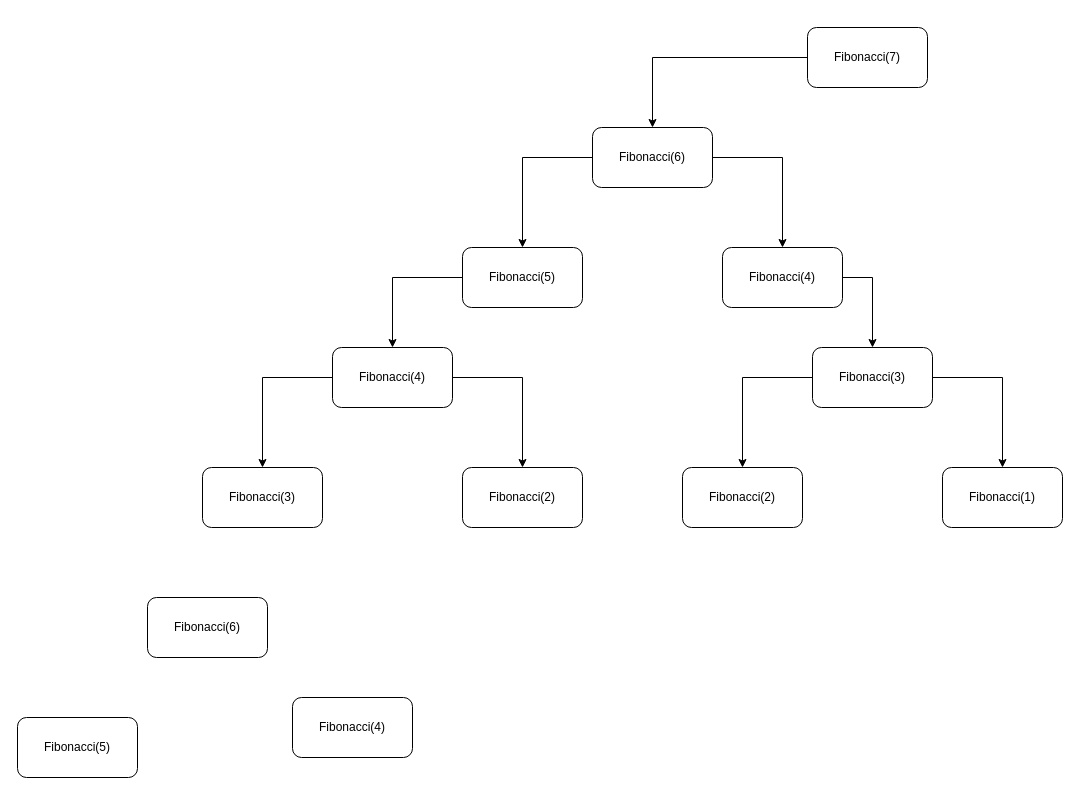
The draw.io diagram recursion-fib.drawio in twitocode/Draw.io-Diagrams, before the edit. Source tidied: cells renumbered, new cells numbered last; positions are measured from the earlier drawing's top-left corner, leaving out a move shared by most shapes. Both pictures are drawn from the tidied source at 100%, with x=0, y=0 at pixel (17, 27).
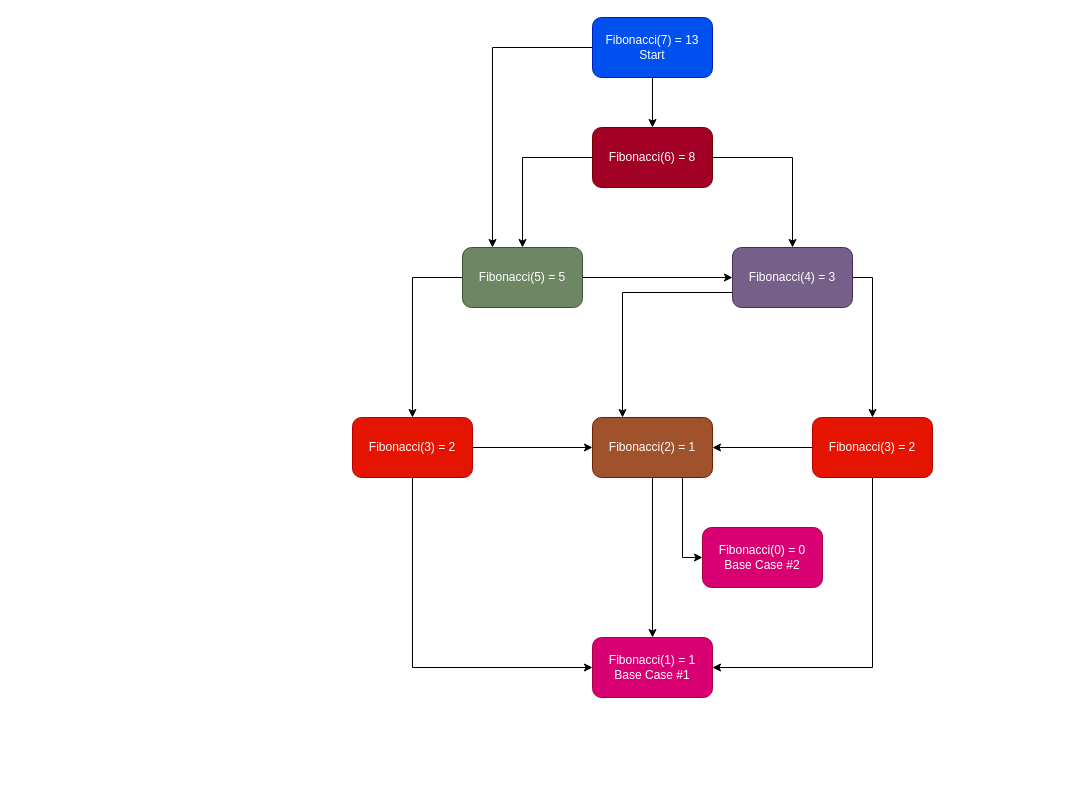
The same diagram, later.

Diff of the diagram source:
```diff
@@
+    <mxCell id="24" style="edgeStyle=orthogonalEdgeStyle;rounded=0;jettySize=auto;html=1;entryX=0.25;entryY=0;entryDx=0;entryDy=0;" parent="1" edge="1" source="3" target="8">
+      <mxGeometry relative="1" as="geometry" />
+    </mxCell>
-    <mxCell id="2" style="edgeStyle=orthogonalEdgeStyle;rounded=0;jettySize=auto;html=1;exitX=0;exitY=0.5;exitDx=0;exitDy=0;" parent="1" edge="1" source="3" target="6">
+    <mxCell id="2" style="edgeStyle=orthogonalEdgeStyle;rounded=0;jettySize=auto;html=1;" parent="1" edge="1" source="3" target="6">
       <mxGeometry relative="1" as="geometry" />
     </mxCell>
-    <mxCell id="3" value="Fibonacci(7)" style="rounded=1;whiteSpace=wrap;html=1;" parent="1" vertex="1">
-      <mxGeometry x="790" width="120" height="60" as="geometry" />
+    <mxCell id="3" value="Fibonacci(7) = 13&lt;div&gt;Start&lt;/div&gt;" style="rounded=1;whiteSpace=wrap;html=1;fillColor=#0050ef;fontColor=#ffffff;strokeColor=#001DBC;" parent="1" vertex="1">
+      <mxGeometry x="575" y="-10" width="120" height="60" as="geometry" />
     </mxCell>
@@
-    <mxCell id="6" value="Fibonacci(6)" style="rounded=1;whiteSpace=wrap;html=1;" parent="1" vertex="1">
+    <mxCell id="6" value="Fibonacci(6) = 8" style="rounded=1;whiteSpace=wrap;html=1;fillColor=#a20025;fontColor=#ffffff;strokeColor=#6F0000;" parent="1" vertex="1">
       <mxGeometry x="575" y="100" width="120" height="60" as="geometry" />
     </mxCell>
-    <mxCell id="7" style="edgeStyle=orthogonalEdgeStyle;rounded=0;jettySize=auto;html=1;entryX=0.5;entryY=0;entryDx=0;entryDy=0;" parent="1" edge="1" source="8" target="13">
+    <mxCell id="7" style="edgeStyle=orthogonalEdgeStyle;rounded=0;jettySize=auto;html=1;entryX=0.5;entryY=0;entryDx=0;entryDy=0;exitX=0;exitY=0.5;exitDx=0;exitDy=0;" parent="1" edge="1" source="8" target="13">
       <mxGeometry relative="1" as="geometry" />
     </mxCell>
+    <mxCell id="25" style="edgeStyle=orthogonalEdgeStyle;rounded=0;jettySize=auto;html=1;entryX=0;entryY=0.5;entryDx=0;entryDy=0;" parent="1" edge="1" source="8" target="10">
+      <mxGeometry relative="1" as="geometry" />
+    </mxCell>
-    <mxCell id="8" value="Fibonacci(5)" style="rounded=1;whiteSpace=wrap;html=1;" parent="1" vertex="1">
+    <mxCell id="8" value="Fibonacci(5) = 5" style="rounded=1;whiteSpace=wrap;html=1;fillColor=#6d8764;fontColor=#ffffff;strokeColor=#3A5431;" parent="1" vertex="1">
       <mxGeometry x="445" y="220" width="120" height="60" as="geometry" />
     </mxCell>
@@
+    <mxCell id="26" style="edgeStyle=orthogonalEdgeStyle;rounded=0;jettySize=auto;html=1;exitX=0;exitY=0.75;exitDx=0;exitDy=0;entryX=0.25;entryY=0;entryDx=0;entryDy=0;" parent="1" edge="1" source="10" target="19">
+      <mxGeometry relative="1" as="geometry" />
+    </mxCell>
-    <mxCell id="10" value="Fibonacci(4)" style="rounded=1;whiteSpace=wrap;html=1;" parent="1" vertex="1">
-      <mxGeometry x="705" y="220" width="120" height="60" as="geometry" />
+    <mxCell id="10" value="Fibonacci(4) = 3" style="rounded=1;whiteSpace=wrap;html=1;fillColor=#76608a;fontColor=#ffffff;strokeColor=#432D57;" parent="1" vertex="1">
+      <mxGeometry x="715" y="220" width="120" height="60" as="geometry" />
     </mxCell>
-    <mxCell id="11" style="edgeStyle=orthogonalEdgeStyle;rounded=0;jettySize=auto;html=1;exitX=1;exitY=0.5;exitDx=0;exitDy=0;entryX=0.5;entryY=0;entryDx=0;entryDy=0;" parent="1" edge="1" source="13" target="15">
-      <mxGeometry relative="1" as="geometry" />
-    </mxCell>
-    <mxCell id="12" style="edgeStyle=orthogonalEdgeStyle;rounded=0;jettySize=auto;html=1;exitX=0;exitY=0.5;exitDx=0;exitDy=0;" parent="1" edge="1" source="13" target="14">
-      <mxGeometry relative="1" as="geometry" />
-    </mxCell>
+    <mxCell id="27" style="edgeStyle=orthogonalEdgeStyle;rounded=0;jettySize=auto;html=1;exitX=1;exitY=0.5;exitDx=0;exitDy=0;entryX=0;entryY=0.5;entryDx=0;entryDy=0;" parent="1" edge="1" source="13" target="19">
+      <mxGeometry relative="1" as="geometry" />
+    </mxCell>
+    <mxCell id="28" style="edgeStyle=orthogonalEdgeStyle;rounded=0;jettySize=auto;html=1;exitX=0.5;exitY=1;exitDx=0;exitDy=0;entryX=0;entryY=0.5;entryDx=0;entryDy=0;" parent="1" edge="1" source="13" target="22">
+      <mxGeometry relative="1" as="geometry" />
+    </mxCell>
-    <mxCell id="13" value="Fibonacci(4)" style="rounded=1;whiteSpace=wrap;html=1;" parent="1" vertex="1">
-      <mxGeometry x="315" y="320" width="120" height="60" as="geometry" />
+    <mxCell id="13" value="Fibonacci(3) = 2" style="rounded=1;whiteSpace=wrap;html=1;fillColor=#e51400;fontColor=#ffffff;strokeColor=#B20000;" parent="1" vertex="1">
+      <mxGeometry x="335" y="390" width="120" height="60" as="geometry" />
     </mxCell>
-    <mxCell id="14" value="Fibonacci(3)" style="rounded=1;whiteSpace=wrap;html=1;" parent="1" vertex="1">
-      <mxGeometry x="185" y="440" width="120" height="60" as="geometry" />
-    </mxCell>
-    <mxCell id="15" value="Fibonacci(2)" style="rounded=1;whiteSpace=wrap;html=1;" parent="1" vertex="1">
-      <mxGeometry x="445" y="440" width="120" height="60" as="geometry" />
-    </mxCell>
-    <mxCell id="16" style="edgeStyle=orthogonalEdgeStyle;rounded=0;jettySize=auto;html=1;exitX=1;exitY=0.5;exitDx=0;exitDy=0;entryX=0.5;entryY=0;entryDx=0;entryDy=0;" parent="1" edge="1" source="18" target="20">
-      <mxGeometry relative="1" as="geometry" />
-    </mxCell>
@@
+    <mxCell id="29" style="edgeStyle=orthogonalEdgeStyle;rounded=0;jettySize=auto;html=1;exitX=0.5;exitY=1;exitDx=0;exitDy=0;entryX=1;entryY=0.5;entryDx=0;entryDy=0;" parent="1" edge="1" source="18" target="22">
+      <mxGeometry relative="1" as="geometry" />
+    </mxCell>
-    <mxCell id="18" value="Fibonacci(3)" style="rounded=1;whiteSpace=wrap;html=1;" parent="1" vertex="1">
-      <mxGeometry x="795" y="320" width="120" height="60" as="geometry" />
+    <mxCell id="18" value="Fibonacci(3) = 2" style="rounded=1;whiteSpace=wrap;html=1;fillColor=#e51400;fontColor=#ffffff;strokeColor=#B20000;" parent="1" vertex="1">
+      <mxGeometry x="795" y="390" width="120" height="60" as="geometry" />
     </mxCell>
+    <mxCell id="30" style="edgeStyle=orthogonalEdgeStyle;rounded=0;jettySize=auto;html=1;exitX=0.5;exitY=1;exitDx=0;exitDy=0;entryX=0.5;entryY=0;entryDx=0;entryDy=0;" parent="1" edge="1" source="19" target="22">
+      <mxGeometry relative="1" as="geometry" />
+    </mxCell>
+    <mxCell id="31" style="edgeStyle=orthogonalEdgeStyle;rounded=0;jettySize=auto;html=1;exitX=0.75;exitY=1;exitDx=0;exitDy=0;entryX=0;entryY=0.5;entryDx=0;entryDy=0;" parent="1" edge="1" source="19" target="32">
+      <mxGeometry relative="1" as="geometry" />
+    </mxCell>
-    <mxCell id="19" value="Fibonacci(2)" style="rounded=1;whiteSpace=wrap;html=1;" parent="1" vertex="1">
-      <mxGeometry x="665" y="440" width="120" height="60" as="geometry" />
+    <mxCell id="19" value="Fibonacci(2) = 1" style="rounded=1;whiteSpace=wrap;html=1;fillColor=#a0522d;fontColor=#ffffff;strokeColor=#6D1F00;" parent="1" vertex="1">
+      <mxGeometry x="575" y="390" width="120" height="60" as="geometry" />
     </mxCell>
-    <mxCell id="20" value="Fibonacci(1)" style="rounded=1;whiteSpace=wrap;html=1;" parent="1" vertex="1">
-      <mxGeometry x="925" y="440" width="120" height="60" as="geometry" />
-    </mxCell>
-    <mxCell id="21" value="Fibonacci(6)" style="rounded=1;whiteSpace=wrap;html=1;" parent="1" vertex="1">
-      <mxGeometry x="130" y="570" width="120" height="60" as="geometry" />
-    </mxCell>
-    <mxCell id="22" value="Fibonacci(5)" style="rounded=1;whiteSpace=wrap;html=1;" parent="1" vertex="1">
-      <mxGeometry y="690" width="120" height="60" as="geometry" />
+    <mxCell id="22" value="Fibonacci(1) = 1&lt;div&gt;Base Case #1&lt;/div&gt;" style="rounded=1;whiteSpace=wrap;html=1;fillColor=#d80073;fontColor=#ffffff;strokeColor=#A50040;" parent="1" vertex="1">
+      <mxGeometry x="575" y="610" width="120" height="60" as="geometry" />
     </mxCell>
-    <mxCell id="23" value="Fibonacci(4)" style="rounded=1;whiteSpace=wrap;html=1;" parent="1" vertex="1">
-      <mxGeometry x="275" y="670" width="120" height="60" as="geometry" />
-    </mxCell>
+    <mxCell id="32" value="Fibonacci(0) = 0&lt;div&gt;Base Case #2&lt;/div&gt;" style="rounded=1;whiteSpace=wrap;html=1;fillColor=#d80073;fontColor=#ffffff;strokeColor=#A50040;" parent="1" vertex="1">
+      <mxGeometry x="685" y="500" width="120" height="60" as="geometry" />
+    </mxCell>
```
